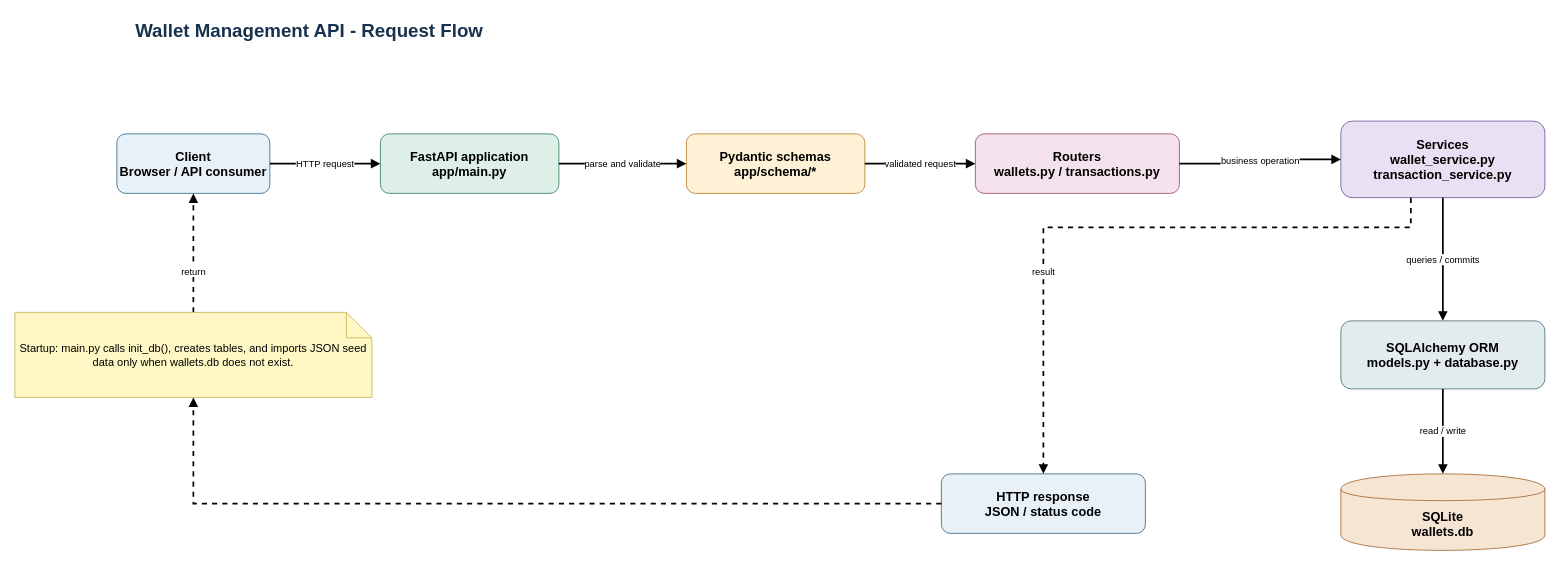
Above: flowchart.drawio in Kashyap-Ladva/Wallet-management-API (draw.io), before the change. Source tidied: cells renumbered, new cells numbered last; positions are measured from the earlier drawing's top-left corner, leaving out a move shared by most shapes. Both pictures are drawn from the tidied source at 85%, with x=0, y=0 at pixel (14, 14).
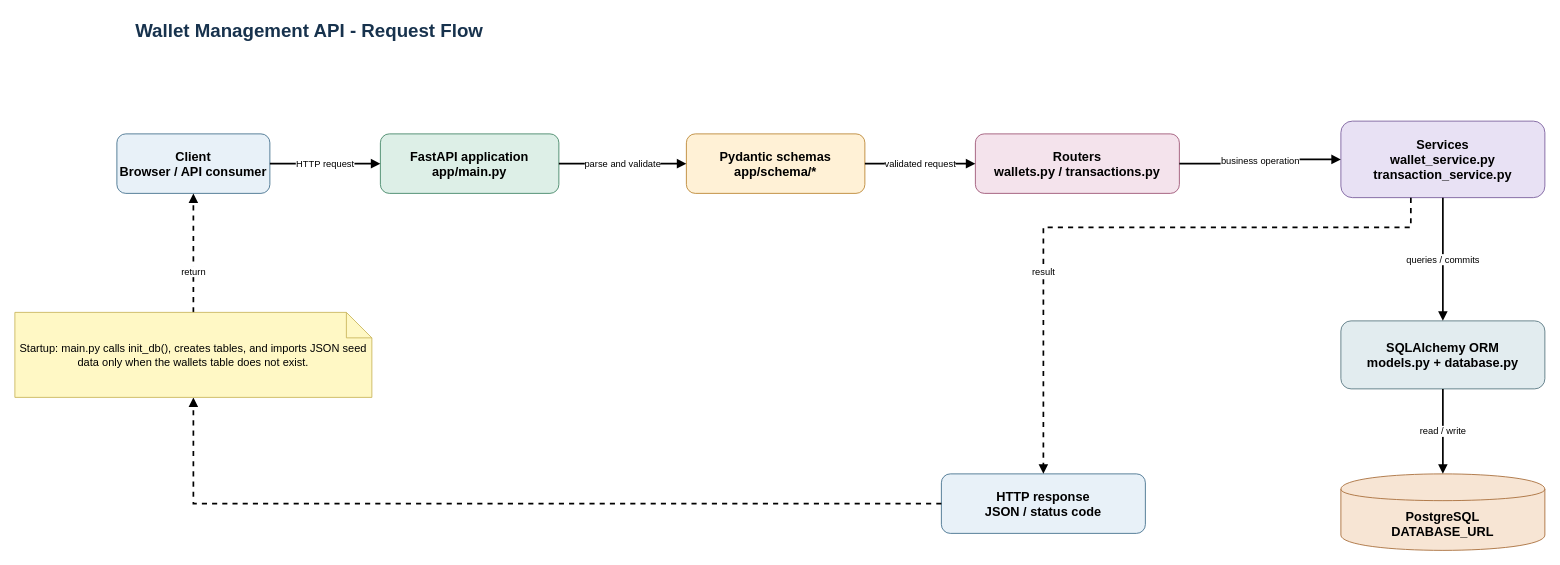
The same diagram, later.

Commit message (it also covers changes not shown here):
migrated from sqlite to postgres

Change to the diagram source:
```diff
@@
-    <mxCell id="9" value="SQLite&#10;wallets.db" style="shape=cylinder;whiteSpace=wrap;html=1;boundedLbl=1;fillColor=#F7E5D4;strokeColor=#A66A35;fontSize=15;fontStyle=1;" parent="1" vertex="1">
+    <mxCell id="9" value="PostgreSQL&#10;DATABASE_URL" style="shape=cylinder;whiteSpace=wrap;html=1;boundedLbl=1;fillColor=#F7E5D4;strokeColor=#A66A35;fontSize=15;fontStyle=1;" parent="1" vertex="1">
       <mxGeometry x="1560" y="540" width="240" height="90" as="geometry" />
     </mxCell>
@@
-    <mxCell id="20" value="Startup: main.py calls init_db(), creates tables, and imports JSON seed data only when wallets.db does not exist." style="shape=note;whiteSpace=wrap;html=1;backgroundOutline=1;fillColor=#FFF8C5;strokeColor=#C8B458;fontSize=13;" parent="1" vertex="1">
+    <mxCell id="20" value="Startup: main.py calls init_db(), creates tables, and imports JSON seed data only when the wallets table does not exist." style="shape=note;whiteSpace=wrap;html=1;backgroundOutline=1;fillColor=#FFF8C5;strokeColor=#C8B458;fontSize=13;" parent="1" vertex="1">
       <mxGeometry y="350" width="420" height="100" as="geometry" />
     </mxCell>
```
